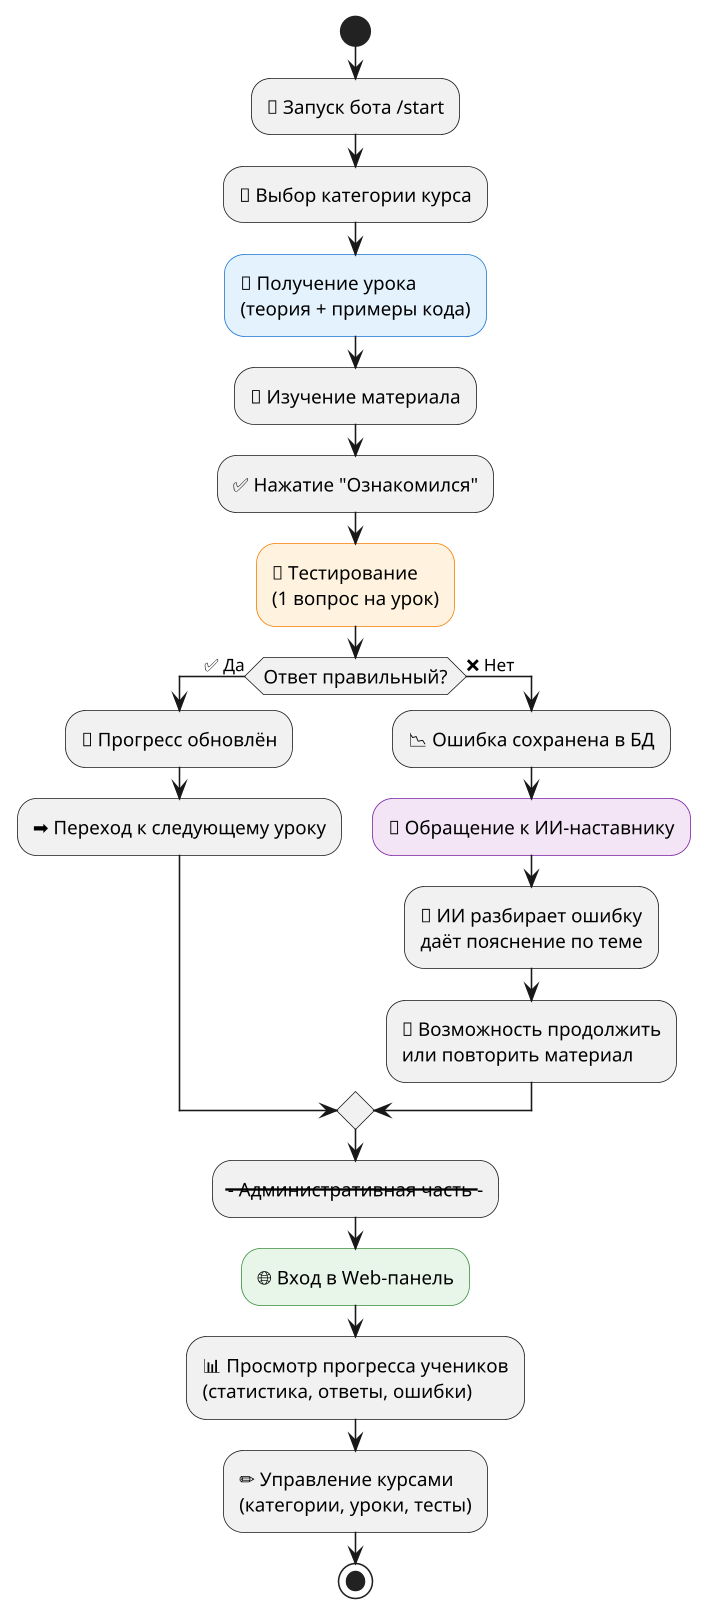
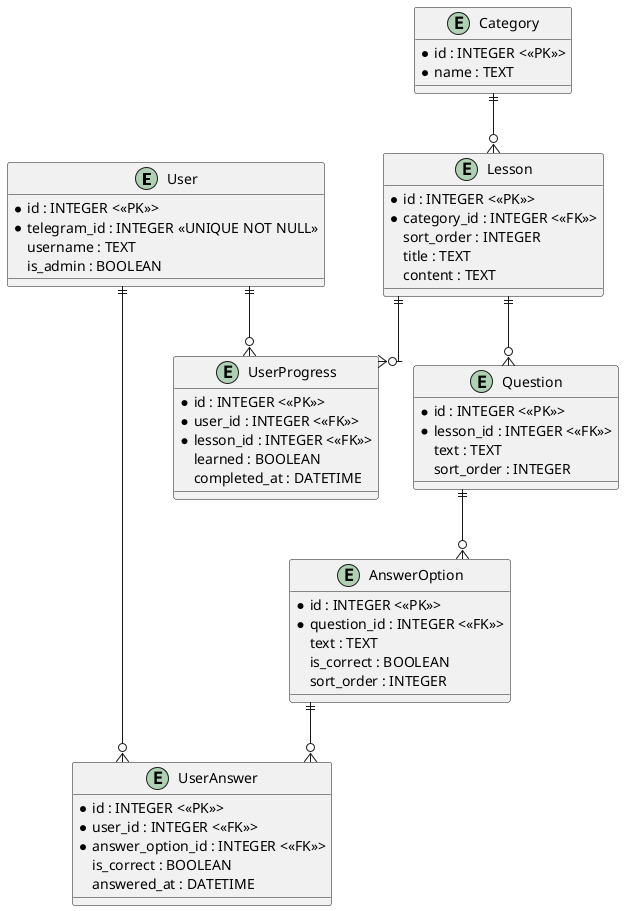
@startuml
- skinparam backgroundColor #FFFFFF
- skinparam activity {
-     BackgroundColor<<learn>> #E3F2FD
-     BorderColor<<learn>> #1976D2
-     BackgroundColor<<test>> #FFF3E0
-     BorderColor<<test>> #F57C00
-     BackgroundColor<<ai>> #F3E5F5
-     BorderColor<<ai>> #7B1FA2
-     BackgroundColor<<admin>> #E8F5E9
-     BorderColor<<admin>> #388E3C
-     RoundCorner 10
-     FontSize 12
+ skinparam linetype ortho
+ 
+ !define PK <PK>
+ !define FK <FK>
+ 
+ entity "User" as user {
+   * id : INTEGER <<PK>>
+   * telegram_id : INTEGER <<UNIQUE NOT NULL>>
+   username : TEXT
+   is_admin : BOOLEAN
}
- skinparam dpi 150
- skinparam shadowing false

- start
+ entity "Category" as category {
+   * id : INTEGER <<PK>>
+   * name : TEXT
+ }

- :📱 Запуск бота /start;
+ entity "Lesson" as lesson {
+   * id : INTEGER <<PK>>
+   * category_id : INTEGER <<FK>>
+   sort_order : INTEGER
+   title : TEXT
+   content : TEXT
+ }

- :📂 Выбор категории курса;
+ entity "Question" as question {
+   * id : INTEGER <<PK>>
+   * lesson_id : INTEGER <<FK>>
+   text : TEXT
+   sort_order : INTEGER
+ }

- :📖 Получение урока\n(теория + примеры кода); <<learn>>
+ entity "AnswerOption" as answer_option {
+   * id : INTEGER <<PK>>
+   * question_id : INTEGER <<FK>>
+   text : TEXT
+   is_correct : BOOLEAN
+   sort_order : INTEGER
+ }

- :👀 Изучение материала;
+ entity "UserProgress" as user_progress {
+   * id : INTEGER <<PK>>
+   * user_id : INTEGER <<FK>>
+   * lesson_id : INTEGER <<FK>>
+   learned : BOOLEAN
+   completed_at : DATETIME
+ }

- :✅ Нажатие "Ознакомился";
+ entity "UserAnswer" as user_answer {
+   * id : INTEGER <<PK>>
+   * user_id : INTEGER <<FK>>
+   * answer_option_id : INTEGER <<FK>>
+   is_correct : BOOLEAN
+   answered_at : DATETIME
+ }

- :📝 Тестирование\n(1 вопрос на урок); <<test>>
- 
- if (Ответ правильный?) then (✅ Да)
-   :🎉 Прогресс обновлён;
-   :➡️ Переход к следующему уроку;
- else (❌ Нет)
-   :📉 Ошибка сохранена в БД;
-   :🤖 Обращение к ИИ-наставнику; <<ai>>
-   :💬 ИИ разбирает ошибку\nдаёт пояснение по теме;
-   :🔄 Возможность продолжить\nили повторить материал;
- endif
- 
- :--- Административная часть ---;
- 
- :🌐 Вход в Web-панель; <<admin>>
- :📊 Просмотр прогресса учеников\n(статистика, ответы, ошибки);
- :✏️ Управление курсами\n(категории, уроки, тесты);
- 
- stop
+ category ||--o{ lesson
+ lesson ||--o{ question
+ question ||--o{ answer_option
+ user ||--o{ user_progress
+ lesson ||--o{ user_progress
+ user ||--o{ user_answer
+ answer_option ||--o{ user_answer
@enduml